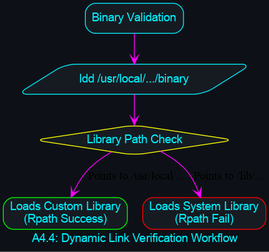
Before: diagrams/compilations/workflow_verification_pipeline.png, a diagram exported from Graphviz (danindiana/hybrid-framework). Its source is kept beside it as diagrams/compilations/workflow_verification_pipeline.dot.
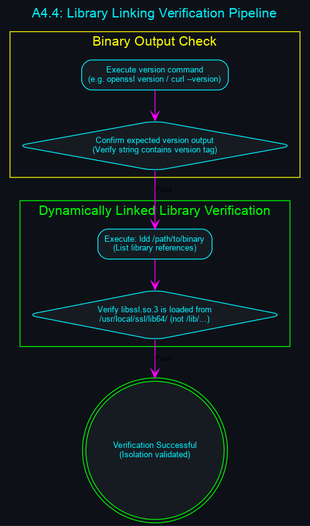
After the change.

The edit, as a diff of the source:
```diff
@@ -1,16 +1,27 @@
 digraph WorkVerification {
-        graph [bgcolor="#0d1117", fontname="Helvetica", fontcolor="#00f2ff", label="A4.4: Dynamic Link Verification Workflow"];
-        node [shape=box, style="filled,rounded", color="#00f2ff", fontcolor="#00f2ff", fillcolor="#161b22", fontname="Helvetica"];
-        edge [color="#ff00ff", arrowhead=vee];
+        graph [bgcolor="#0d1117", fontname="Helvetica", fontcolor="#00f2ff", label="A4.4: Library Linking Verification Pipeline", labelloc="t", fontsize=16];
+        node [shape=box, style="filled,rounded", color="#00f2ff", fontcolor="#00f2ff", fillcolor="#161b22", fontname="Helvetica", fontsize=10];
+        edge [color="#ff00ff", arrowhead=vee, fontname="Helvetica", fontsize=9];
 
-        Installed_Binary [label="Binary Validation"];
-        Runpath_Query [label="ldd /usr/local/.../binary", shape=parallelogram];
-        Lib_Check [label="Library Path Check", shape=diamond, color="#ffff00"];
-        Valid_Load [label="Loads Custom Library\n(Rpath Success)", color="#00ff00"];
-        Fail_Load [label="Loads System Library\n(Rpath Fail)", color="#ff0000"];
+        subgraph cluster_binary_check {
+            label = "Binary Output Check";
+            color = "#ffff00";
+            fontcolor = "#ffff00";
+            Version_Cmd [label="Execute version command\n(e.g. openssl version / curl --version)"];
+            Regex_Match [label="Confirm expected version output\n(Verify string contains version tag)", shape=diamond];
+            Version_Cmd -> Regex_Match;
+        }
 
-        Installed_Binary -> Runpath_Query;
-        Runpath_Query -> Lib_Check;
-        Lib_Check -> Valid_Load [label="Points to /usr/local/..."];
-        Lib_Check -> Fail_Load [label="Points to /lib/..."];
+        subgraph cluster_linking_check {
+            label = "Dynamically Linked Library Verification";
+            color = "#00ff00";
+            fontcolor = "#00ff00";
+            Ldd_Cmd [label="Execute: ldd /path/to/binary\n(List library references)"];
+            Check_Lib_Path [label="Verify libssl.so.3 is loaded from\n/usr/local/ssl/lib64/ (not /lib/...)", shape=diamond];
+            Ldd_Cmd -> Check_Lib_Path;
+        }
+
+        Success_Final [label="Verification Successful\n(Isolation validated)", color="#00ff00", shape=doublecircle];
+        Regex_Match -> Ldd_Cmd [label="Pass"];
+        Check_Lib_Path -> Success_Final [label="Pass"];
     }
```
